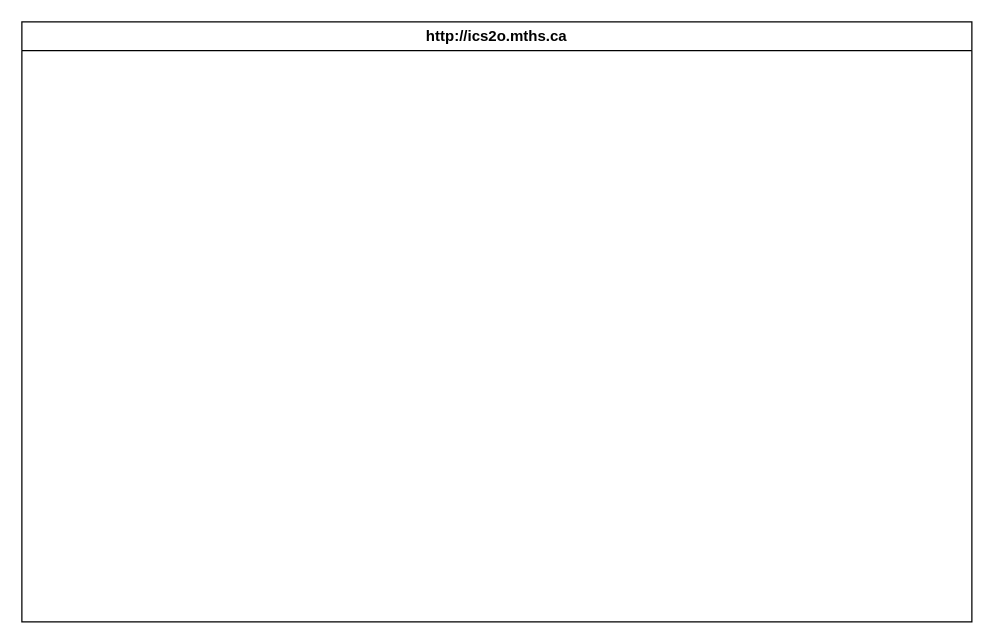
Above: design/storyboard.drawio in MTHS-ICS2O-2-2022/ICS2O-Unit-3-02-Yuri-Gabutero24 (draw.io), before the change. Source tidied: cells renumbered, new cells numbered last; positions are measured from the earlier drawing's top-left corner, leaving out a move shared by most shapes. Both pictures are drawn from the tidied source at 125%, with x=0, y=0 at pixel (21, 21).
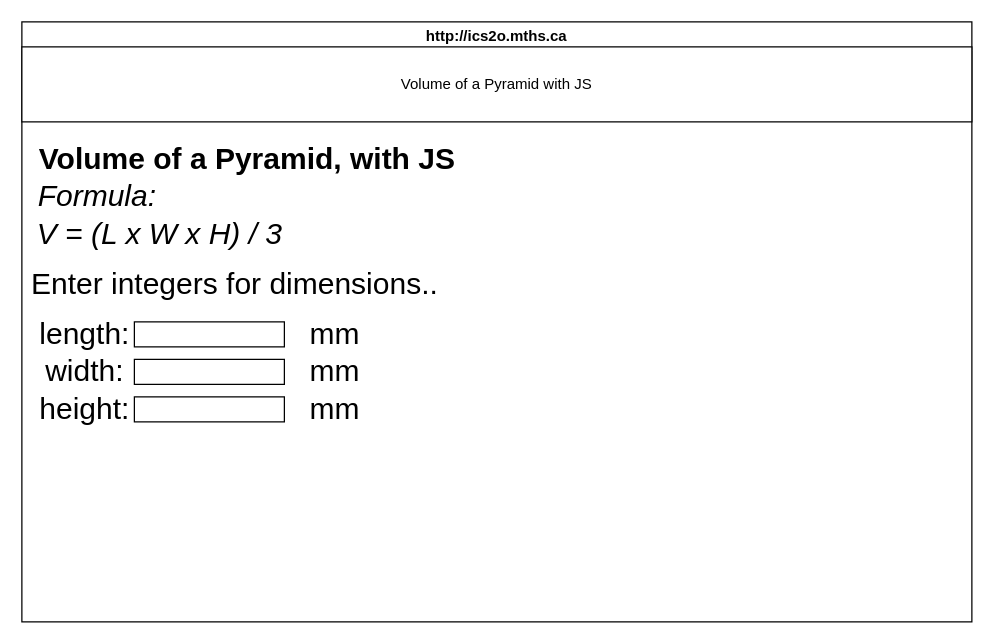
After the change.

The edit, as a diff of the source:
```diff
@@
 <mxGraphModel>
   <root>
     <mxCell id="0" />
     <mxCell id="1" parent="0" />
     <mxCell id="2" value="http://ics2o.mths.ca" style="swimlane;whiteSpace=wrap;html=1;" parent="1" vertex="1">
       <mxGeometry width="760" height="480" as="geometry" />
     </mxCell>
+    <mxCell id="3" value="Volume of a Pyramid, with JS" style="text;strokeColor=none;fillColor=none;html=1;fontSize=24;fontStyle=1;verticalAlign=middle;align=center;" parent="2" vertex="1">
+      <mxGeometry x="130" y="90" width="100" height="40" as="geometry" />
+    </mxCell>
+    <mxCell id="4" value="&lt;span style=&quot;font-weight: normal;&quot;&gt;&lt;i&gt;Formula:&lt;/i&gt;&lt;/span&gt;" style="text;strokeColor=none;fillColor=none;html=1;fontSize=24;fontStyle=1;verticalAlign=middle;align=center;" parent="2" vertex="1">
+      <mxGeometry x="10" y="120" width="100" height="40" as="geometry" />
+    </mxCell>
+    <mxCell id="5" value="&lt;span style=&quot;font-weight: normal;&quot;&gt;&lt;i&gt;V = (L x W x H) / 3&lt;/i&gt;&lt;/span&gt;" style="text;strokeColor=none;fillColor=none;html=1;fontSize=24;fontStyle=1;verticalAlign=middle;align=center;" parent="2" vertex="1">
+      <mxGeometry x="60" y="150" width="100" height="40" as="geometry" />
+    </mxCell>
+    <mxCell id="6" value="&lt;span style=&quot;font-weight: normal;&quot;&gt;Enter integers for dimensions..&lt;/span&gt;" style="text;strokeColor=none;fillColor=none;html=1;fontSize=24;fontStyle=1;verticalAlign=middle;align=center;" parent="2" vertex="1">
+      <mxGeometry x="120" y="190" width="100" height="40" as="geometry" />
+    </mxCell>
+    <mxCell id="7" value="&lt;span style=&quot;font-weight: normal;&quot;&gt;length:&lt;/span&gt;" style="text;strokeColor=none;fillColor=none;html=1;fontSize=24;fontStyle=1;verticalAlign=middle;align=center;" parent="2" vertex="1">
+      <mxGeometry y="230" width="100" height="40" as="geometry" />
+    </mxCell>
+    <mxCell id="8" value="&lt;span style=&quot;font-weight: normal;&quot;&gt;width:&lt;/span&gt;" style="text;strokeColor=none;fillColor=none;html=1;fontSize=24;fontStyle=1;verticalAlign=middle;align=center;" parent="2" vertex="1">
+      <mxGeometry y="260" width="100" height="40" as="geometry" />
+    </mxCell>
+    <mxCell id="9" value="&lt;span style=&quot;font-weight: normal;&quot;&gt;height:&lt;/span&gt;" style="text;strokeColor=none;fillColor=none;html=1;fontSize=24;fontStyle=1;verticalAlign=middle;align=center;" parent="2" vertex="1">
+      <mxGeometry y="290" width="100" height="40" as="geometry" />
+    </mxCell>
+    <mxCell id="10" style="rounded=0;whiteSpace=wrap;html=1;" parent="2" vertex="1">
+      <mxGeometry x="90" y="240" width="120" height="20" as="geometry" />
+    </mxCell>
+    <mxCell id="11" style="rounded=0;whiteSpace=wrap;html=1;" parent="2" vertex="1">
+      <mxGeometry x="90" y="270" width="120" height="20" as="geometry" />
+    </mxCell>
+    <mxCell id="12" style="rounded=0;whiteSpace=wrap;html=1;" parent="2" vertex="1">
+      <mxGeometry x="90" y="300" width="120" height="20" as="geometry" />
+    </mxCell>
+    <mxCell id="13" value="&lt;span style=&quot;font-weight: normal;&quot;&gt;mm&lt;/span&gt;" style="text;strokeColor=none;fillColor=none;html=1;fontSize=24;fontStyle=1;verticalAlign=middle;align=center;" parent="2" vertex="1">
+      <mxGeometry x="200" y="230" width="100" height="40" as="geometry" />
+    </mxCell>
+    <mxCell id="14" value="&lt;span style=&quot;font-weight: normal;&quot;&gt;mm&lt;/span&gt;" style="text;strokeColor=none;fillColor=none;html=1;fontSize=24;fontStyle=1;verticalAlign=middle;align=center;" parent="2" vertex="1">
+      <mxGeometry x="200" y="260" width="100" height="40" as="geometry" />
+    </mxCell>
+    <mxCell id="15" value="&lt;span style=&quot;font-weight: normal;&quot;&gt;mm&lt;/span&gt;" style="text;strokeColor=none;fillColor=none;html=1;fontSize=24;fontStyle=1;verticalAlign=middle;align=center;" parent="2" vertex="1">
+      <mxGeometry x="200" y="290" width="100" height="40" as="geometry" />
+    </mxCell>
+    <mxCell id="16" value="Volume of a Pyramid with JS" style="rounded=0;whiteSpace=wrap;html=1;" parent="1" vertex="1">
+      <mxGeometry y="20" width="760" height="60" as="geometry" />
+    </mxCell>
   </root>
 </mxGraphModel>
```
